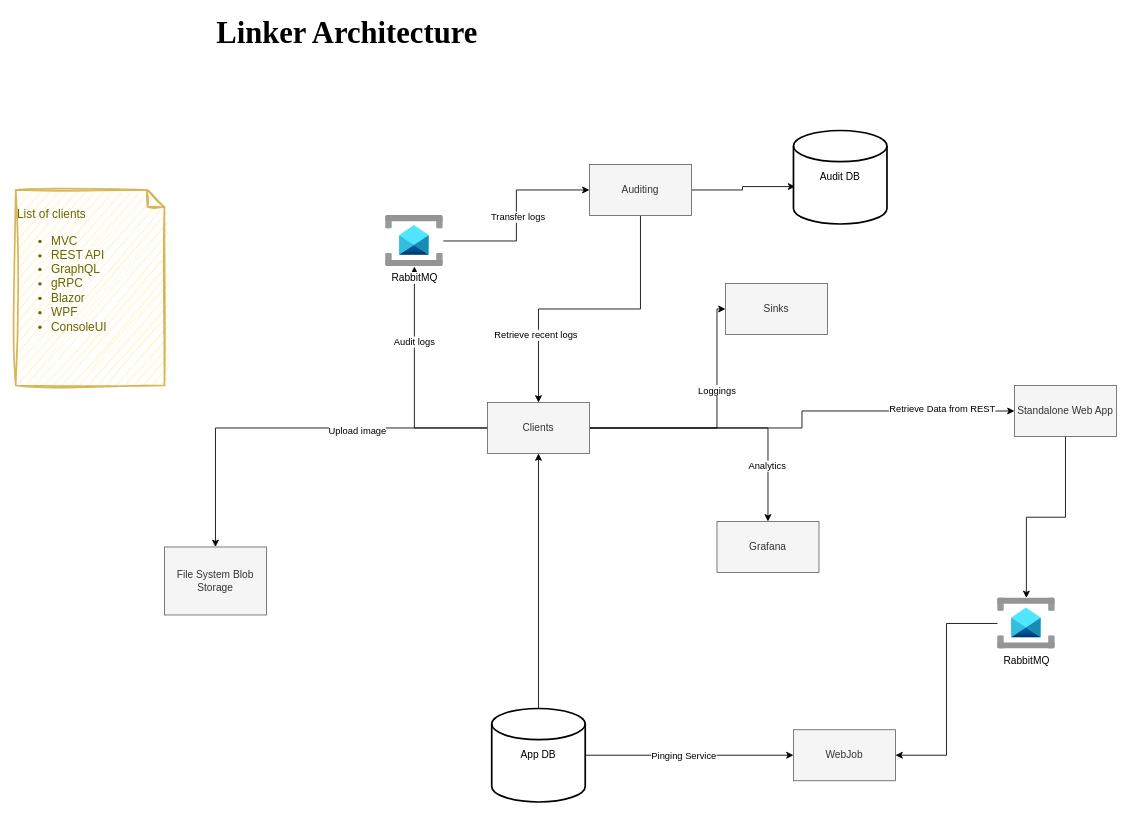
Above: page "V2 Architecture Diagram" (6 of 7) of docs/Linker.drawio in data-miner00/Linker (draw.io), before the change. Source tidied: cells renumbered, new cells numbered last; positions are measured from the earlier drawing's top-left corner, leaving out a move shared by most shapes. Both pictures are drawn from the tidied source at 85%, with x=0, y=0 at pixel (15, 20).
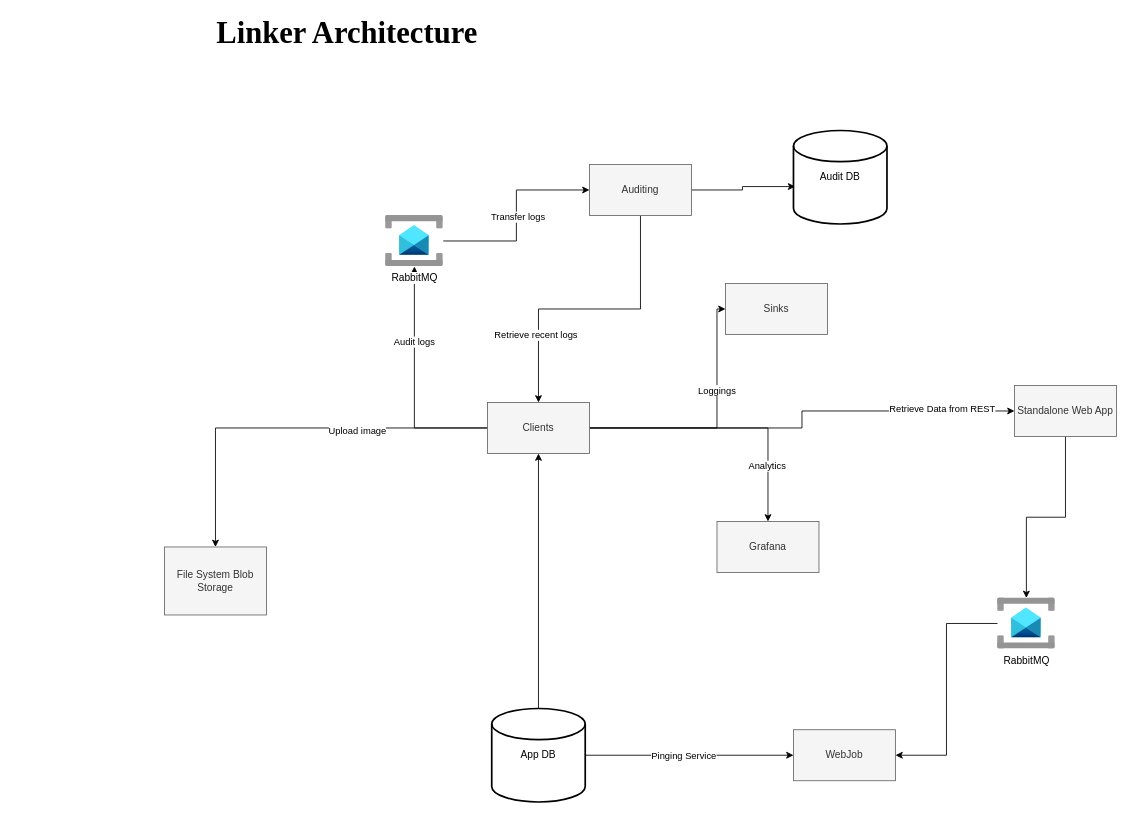
Above is the later version.

Diff of the diagram source:
```diff
@@
-    <mxCell id="30" value="&lt;p style=&quot;line-height: 120%;&quot;&gt;List of clients&lt;/p&gt;&lt;p style=&quot;line-height: 120%;&quot;&gt;&lt;/p&gt;&lt;ul&gt;&lt;li&gt;MVC&lt;/li&gt;&lt;li&gt;REST API&lt;/li&gt;&lt;li&gt;GraphQL&lt;/li&gt;&lt;li&gt;gRPC&lt;/li&gt;&lt;li&gt;Blazor&lt;/li&gt;&lt;li&gt;WPF&lt;/li&gt;&lt;li&gt;ConsoleUI&lt;/li&gt;&lt;/ul&gt;&lt;p&gt;&lt;/p&gt;" style="shape=note;strokeWidth=2;fontSize=14;size=20;whiteSpace=wrap;html=1;fillColor=#fff2cc;strokeColor=#d6b656;fontColor=#666600;align=left;perimeterSpacing=0;sketch=1;curveFitting=1;jiggle=2;horizontal=1;labelPosition=center;verticalLabelPosition=middle;verticalAlign=top;" parent="1" vertex="1">
-      <mxGeometry y="200" width="175" height="230" as="geometry" />
-    </mxCell>
```
